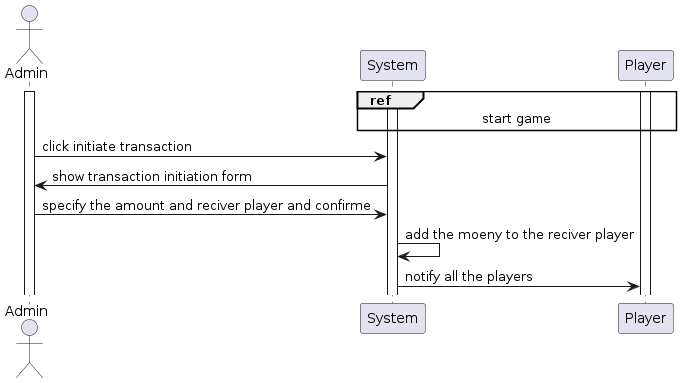
Earlier version of the PlantUML export thesis_tex/assets/diagrams/initiate_transaction_to_another_player_SD.png (monoploy-game/thesis).
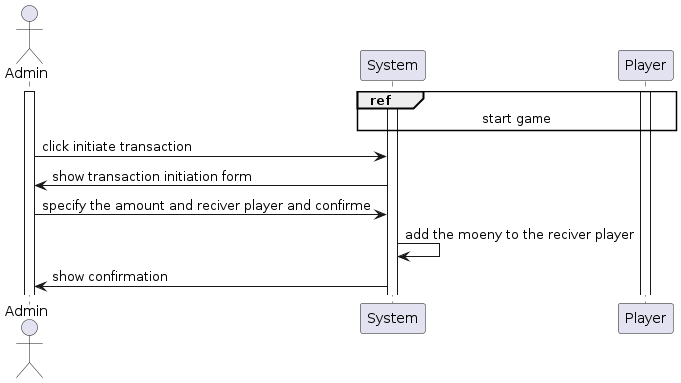
Later version of the same file.

Commit message:
initiate transaction to another player dsd and sd updated

Change to the diagram source:
```diff
@@ -1,4 +1,4 @@
-@startuml "initiate transaction to another player"
+@startuml
 
 actor Admin
 
@@ -13,6 +13,6 @@
 Admin -> System : specify the amount and reciver player and confirme
 
 System -> System : add the moeny to the reciver player
-System -> Player : notify all the players
+System -> Admin : show confirmation
 
 @enduml
```
